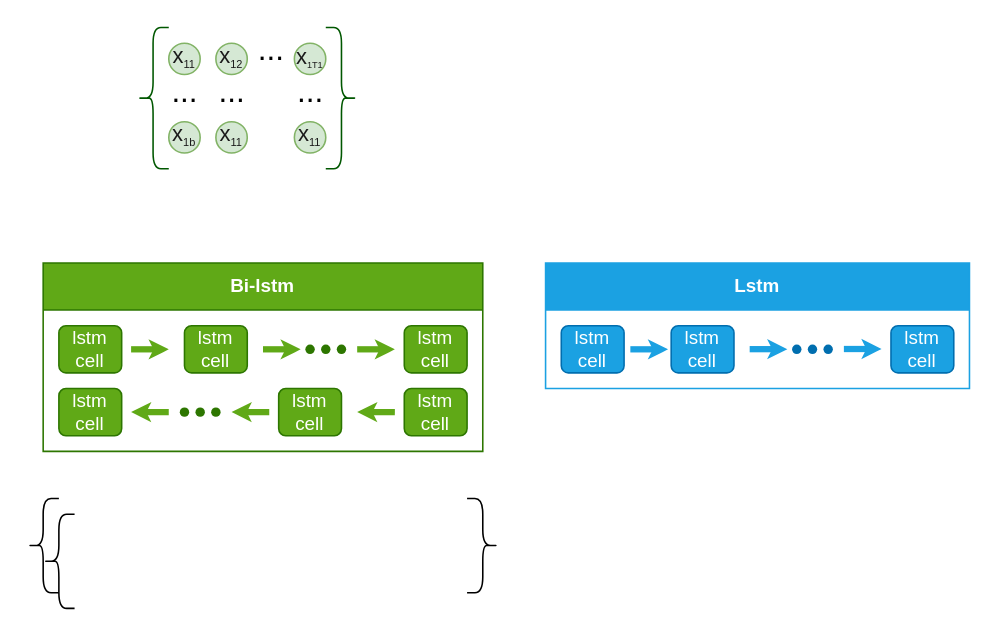
Before: 未命名绘图.drawio in Edchaowei/Battery, a draw.io diagram. Source tidied: cells renumbered, new cells numbered last; positions are measured from the earlier drawing's top-left corner, leaving out a move shared by most shapes. Both pictures are drawn from the tidied source at 157%, with x=0, y=0 at pixel (27, 27).
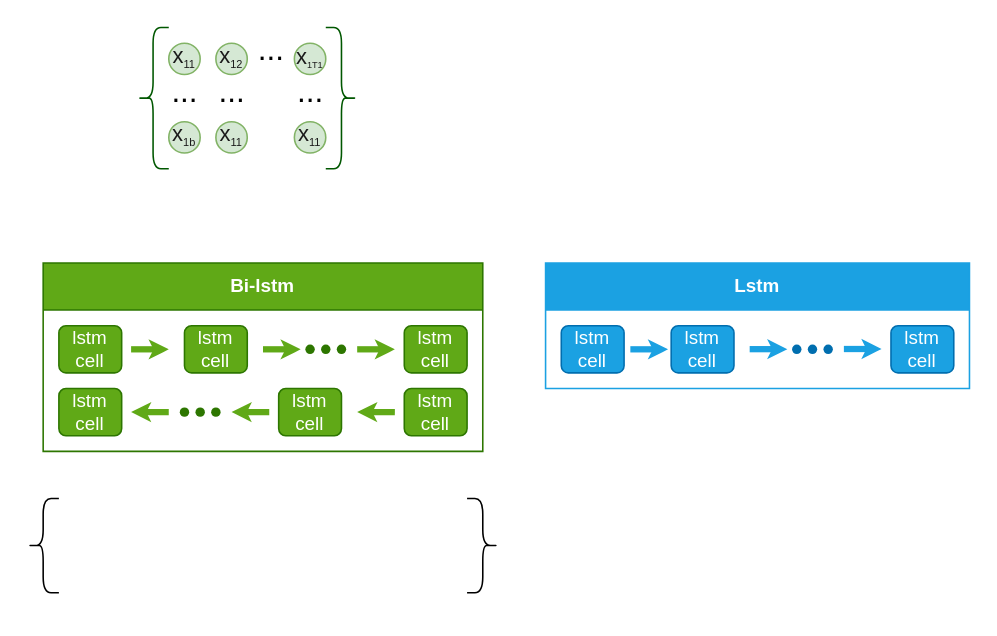
The same diagram, later.

Commit message:
更新未命名绘图.drawio

The edit, as a diff of the source:
```diff
@@
-    <mxCell id="42" style="shape=curlyBracket;whiteSpace=wrap;html=1;rounded=1;labelPosition=left;verticalLabelPosition=middle;align=right;verticalAlign=middle;" parent="1" vertex="1">
-      <mxGeometry x="10" y="310" width="20" height="60" as="geometry" />
-    </mxCell>
```
